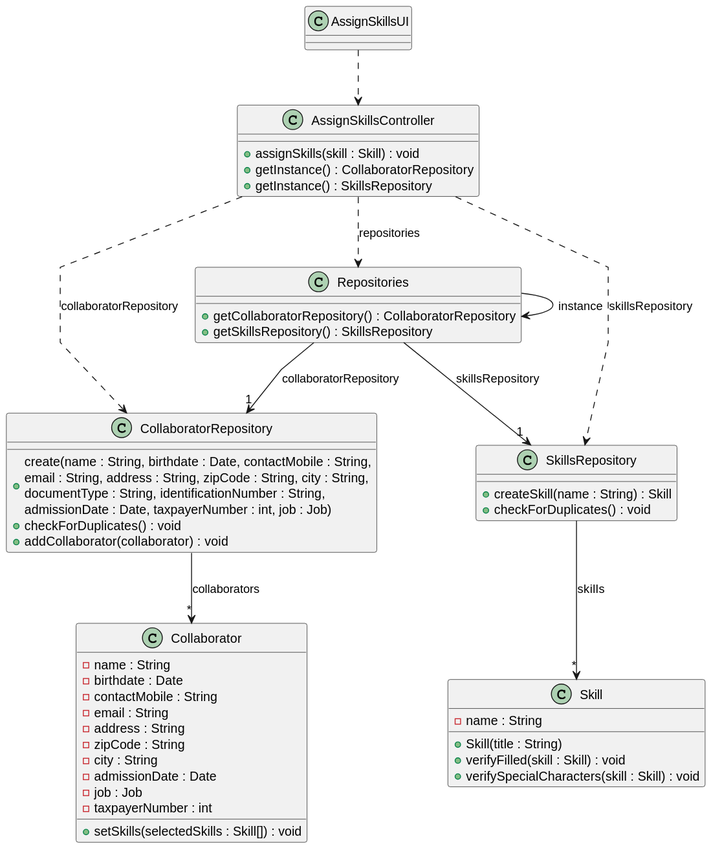
ricardomm7/leaflink keeps this PlantUML diagram as docs/sprintB/us004/03.design/svg/us004-class-diagram.svg. Above is the earlier version.
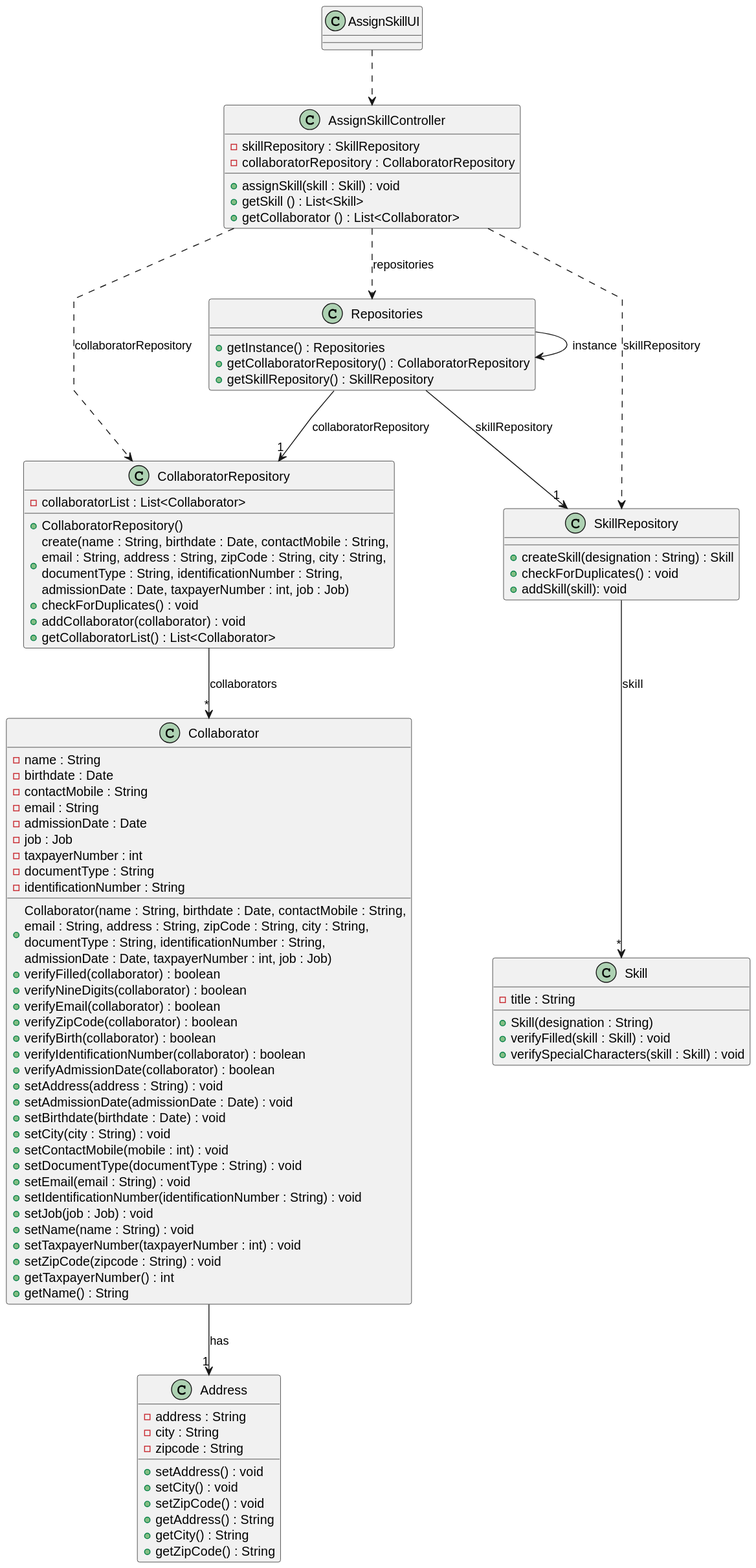
The same diagram one commit later.

The edit, as a diff of the source:
```diff
@@ -3,29 +3,36 @@
 skinparam shadowing false
 skinparam linetype polyline
 
-class AssignSkillsUI {
+class AssignSkillUI {
 }
 
-class AssignSkillsController {
-    + assignSkills(skill : Skill) : void
-    + getInstance() : CollaboratorRepository
-    + getInstance() : SkillsRepository
+class AssignSkillController {
+    - skillRepository : SkillRepository
+    - collaboratorRepository : CollaboratorRepository
+    + assignSkill(skill : Skill) : void
+    + getSkill () : List<Skill>
+    + getCollaborator () : List<Collaborator>
 }
 
 class Repositories {
+    + getInstance() : Repositories
     + getCollaboratorRepository() : CollaboratorRepository
-    + getSkillsRepository() : SkillsRepository
+    + getSkillRepository() : SkillRepository
 }
 
 class CollaboratorRepository {
-        + create(name : String, birthdate : Date, contactMobile : String,\nemail : String, address : String, zipCode : String, city : String,\ndocumentType : String, identificationNumber : String, \nadmissionDate : Date, taxpayerNumber : int, job : Job)
-        + checkForDuplicates() : void
-        + addCollaborator(collaborator) : void
+    -collaboratorList : List<Collaborator>
+    +CollaboratorRepository()
+    + create(name : String, birthdate : Date, contactMobile : String,\nemail : String, address : String, zipCode : String, city : String,\ndocumentType : String, identificationNumber : String, \nadmissionDate : Date, taxpayerNumber : int, job : Job)
+    + checkForDuplicates() : void
+    + addCollaborator(collaborator) : void
+    + getCollaboratorList() : List<Collaborator>
 }
 
-class SkillsRepository {
-    + createSkill(name : String) : Skill
+class SkillRepository {
+    + createSkill(designation : String) : Skill
     + checkForDuplicates() : void
+    + addSkill(skill): void
 }
 
 class Collaborator {
@@ -33,29 +40,62 @@
     - birthdate : Date
     - contactMobile : String
     - email : String
-    - address : String
-    - zipCode : String
-    - city : String
     - admissionDate : Date
     - job : Job
     - taxpayerNumber : int
-    + setSkills(selectedSkills : Skill[]) : void
+    + Collaborator(name : String, birthdate : Date, contactMobile : String,\nemail : String, address : String, zipCode : String, city : String,\ndocumentType : String, identificationNumber : String, \nadmissionDate : Date, taxpayerNumber : int, job : Job)
+    + verifyFilled(collaborator) : boolean
+    + verifyNineDigits(collaborator) : boolean
+    + verifyEmail(collaborator) : boolean
+    + verifyZipCode(collaborator) : boolean
+    + verifyBirth(collaborator) : boolean
+    + verifyIdentificationNumber(collaborator) : boolean
+    + verifyAdmissionDate(collaborator) : boolean
+    - documentType : String
+    - identificationNumber : String
+    +setAddress(address : String) : void
+    +setAdmissionDate(admissionDate : Date) : void
+    +setBirthdate(birthdate : Date) : void
+    +setCity(city : String) : void
+    +setContactMobile(mobile : int) : void
+    +setDocumentType(documentType : String) : void
+    +setEmail(email : String) : void
+    +setIdentificationNumber(identificationNumber : String) : void
+    +setJob(job : Job) : void
+    +setName(name : String) : void
+    +setTaxpayerNumber(taxpayerNumber : int) : void
+    +setZipCode(zipcode : String) : void
+    +getTaxpayerNumber() : int
+    +getName() : String
+}
+
+class Address {
+    -address : String
+    -city : String
+    -zipcode : String
+    +setAddress() : void
+    +setCity() : void
+    +setZipCode() : void
+    +getAddress() : String
+    +getCity() : String
+    +getZipCode() : String
 }
 
 class Skill {
-    - name : String
-    + Skill(title : String)
+    - title : String
+    + Skill(designation : String)
     + verifyFilled(skill : Skill) : void
     + verifySpecialCharacters(skill : Skill) : void
 }
 
-AssignSkillsUI ..> AssignSkillsController
-AssignSkillsController ..> Repositories : repositories
+AssignSkillUI ..> AssignSkillController
+AssignSkillController ..> Repositories : repositories
 Repositories --> Repositories : instance
 Repositories --> "1" CollaboratorRepository : collaboratorRepository
-Repositories --> "1" SkillsRepository : skillsRepository
-AssignSkillsController ..> CollaboratorRepository : collaboratorRepository
-AssignSkillsController ..> SkillsRepository : skillsRepository
+Repositories --> "1" SkillRepository : skillRepository
+AssignSkillController ..> CollaboratorRepository : collaboratorRepository
+AssignSkillController ..> SkillRepository : skillRepository
 CollaboratorRepository --> "*" Collaborator : collaborators
-SkillsRepository --> "*" Skill : skills
+SkillRepository --> "*" Skill : skill
+Collaborator --> "1" Address : has
 @enduml
```
